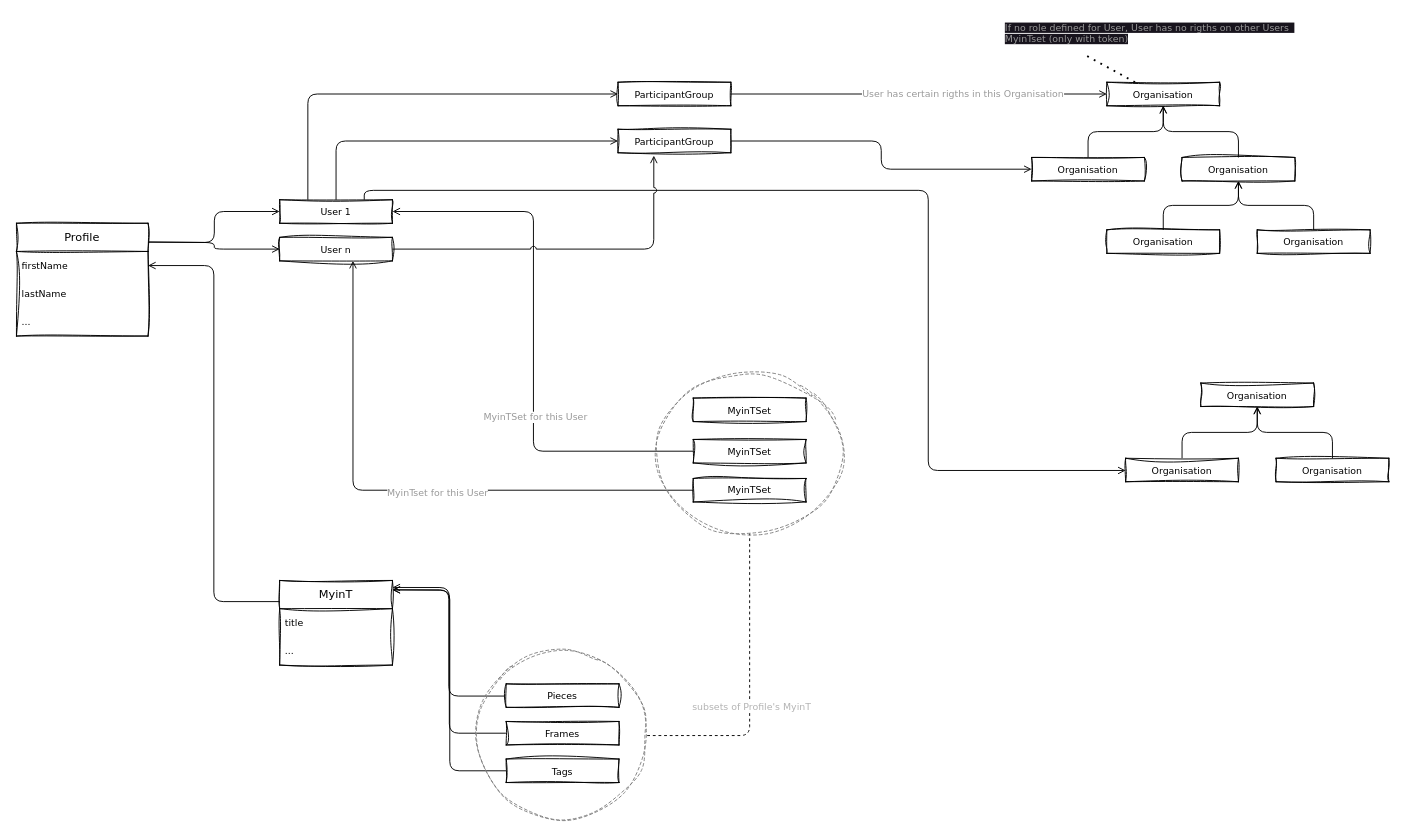
tealacademy/myint-graphql-api keeps this draw.io diagram as page "Profile-MyinT-User" (3 of 5) of model/users/users.drawio. Above is the earlier version. Source tidied: cells renumbered, new cells numbered last; positions are measured from the earlier drawing's top-left corner, leaving out a move shared by most shapes. Both pictures are drawn from the tidied source at 94%, with x=0, y=0 at pixel (16, 16).
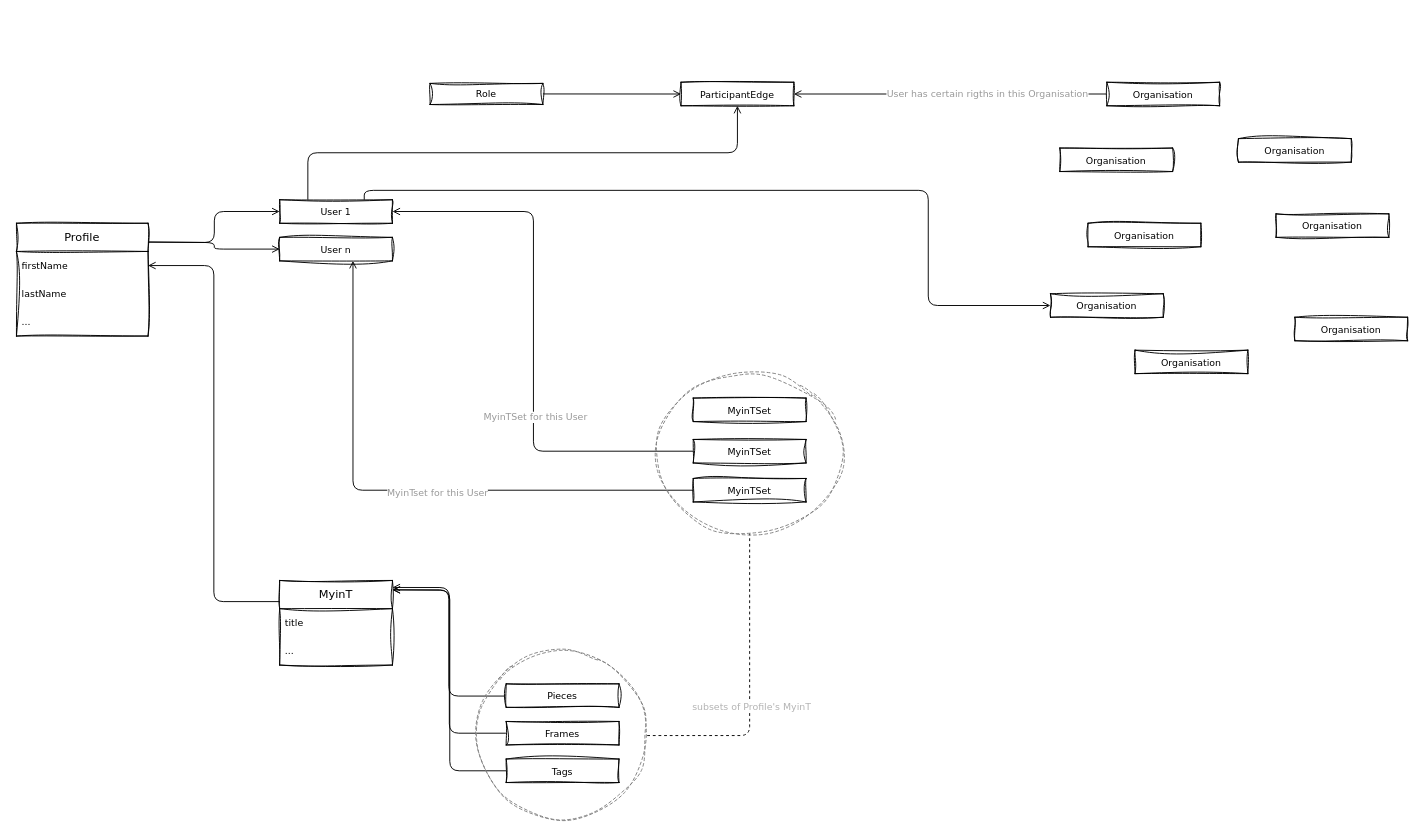
Above is the later version.

Commit message (it also covers changes not shown here):
Update on User-authorisation

The change refers to these unchanged cells:
```xml
<mxCell id="8" value="User 1" style="whiteSpace=wrap;html=1;fontFamily=Verdana;fontStyle=0;startSize=30;sketch=1;hachureGap=4;jiggle=2;curveFitting=1;fontSize=10;" parent="1" vertex="1">
  <mxGeometry x="280" y="195" width="120" height="25" as="geometry" />
</mxCell>
<mxCell id="9" value="User n" style="whiteSpace=wrap;html=1;fontFamily=Verdana;fontStyle=0;startSize=30;sketch=1;hachureGap=4;jiggle=2;curveFitting=1;fontSize=10;" parent="1" vertex="1">
  <mxGeometry x="280" y="235" width="120" height="25" as="geometry" />
</mxCell>
<mxCell id="16" value="Organisation" style="whiteSpace=wrap;html=1;fontFamily=Verdana;fontStyle=0;startSize=30;sketch=1;hachureGap=4;jiggle=2;curveFitting=1;fontSize=10;" parent="1" vertex="1">
  <mxGeometry x="1160" y="70" width="120" height="25" as="geometry" />
</mxCell>
```

The edit, as a diff of the source:
```diff
@@
     <mxCell id="17" value="Organisation" style="whiteSpace=wrap;html=1;fontFamily=Verdana;fontStyle=0;startSize=30;sketch=1;hachureGap=4;jiggle=2;curveFitting=1;fontSize=10;" parent="1" vertex="1">
-      <mxGeometry x="1080" y="150" width="120" height="25" as="geometry" />
+      <mxGeometry x="1110" y="140" width="120" height="25" as="geometry" />
     </mxCell>
     <mxCell id="18" value="Organisation" style="whiteSpace=wrap;html=1;fontFamily=Verdana;fontStyle=0;startSize=30;sketch=1;hachureGap=4;jiggle=2;curveFitting=1;fontSize=10;" parent="1" vertex="1">
-      <mxGeometry x="1240" y="150" width="120" height="25" as="geometry" />
+      <mxGeometry x="1300" y="130" width="120" height="25" as="geometry" />
     </mxCell>
     <mxCell id="19" value="Organisation" style="whiteSpace=wrap;html=1;fontFamily=Verdana;fontStyle=0;startSize=30;sketch=1;hachureGap=4;jiggle=2;curveFitting=1;fontSize=10;" parent="1" vertex="1">
-      <mxGeometry x="1320" y="227" width="120" height="25" as="geometry" />
+      <mxGeometry x="1340" y="210" width="120" height="25" as="geometry" />
     </mxCell>
     <mxCell id="20" value="Organisation" style="whiteSpace=wrap;html=1;fontFamily=Verdana;fontStyle=0;startSize=30;sketch=1;hachureGap=4;jiggle=2;curveFitting=1;fontSize=10;" parent="1" vertex="1">
-      <mxGeometry x="1160" y="227" width="120" height="25" as="geometry" />
+      <mxGeometry x="1140" y="220" width="120" height="25" as="geometry" />
     </mxCell>
-    <mxCell id="21" style="endArrow=open;html=1;hachureGap=4;fontFamily=Verdana;fontSize=10;entryX=0.5;entryY=1;entryDx=0;entryDy=0;exitX=0.5;exitY=0;exitDx=0;exitDy=0;edgeStyle=orthogonalEdgeStyle;startArrow=none;startFill=0;endFill=0;" parent="1" edge="1" source="17" target="16">
-      <mxGeometry relative="1" as="geometry" />
-    </mxCell>
-    <mxCell id="22" style="endArrow=open;html=1;hachureGap=4;fontFamily=Verdana;fontSize=10;exitX=0.5;exitY=0;exitDx=0;exitDy=0;edgeStyle=orthogonalEdgeStyle;entryX=0.5;entryY=1;entryDx=0;entryDy=0;endFill=0;" parent="1" edge="1" source="18" target="16">
-      <mxGeometry relative="1" as="geometry" />
-    </mxCell>
-    <mxCell id="23" style="endArrow=open;html=1;hachureGap=4;fontFamily=Verdana;fontSize=10;edgeStyle=orthogonalEdgeStyle;entryX=0.5;entryY=1;entryDx=0;entryDy=0;exitX=0.5;exitY=0;exitDx=0;exitDy=0;endFill=0;" parent="1" edge="1" source="20" target="18">
-      <mxGeometry relative="1" as="geometry" />
-    </mxCell>
-    <mxCell id="24" style="endArrow=open;html=1;hachureGap=4;fontFamily=Verdana;fontSize=10;edgeStyle=orthogonalEdgeStyle;exitX=0.5;exitY=0;exitDx=0;exitDy=0;entryX=0.5;entryY=1;entryDx=0;entryDy=0;endFill=0;" parent="1" edge="1" source="19" target="18">
-      <mxGeometry relative="1" as="geometry" />
-    </mxCell>
@@
-    <mxCell id="27" style="edgeStyle=orthogonalEdgeStyle;hachureGap=4;html=1;fontFamily=Verdana;fontSize=12;startArrow=open;startFill=0;endArrow=none;endFill=0;entryX=1;entryY=0.5;entryDx=0;entryDy=0;exitX=0;exitY=0.5;exitDx=0;exitDy=0;" parent="1" edge="1" source="16" target="53">
+    <mxCell id="27" style="edgeStyle=orthogonalEdgeStyle;hachureGap=4;html=1;fontFamily=Verdana;fontSize=12;startArrow=none;startFill=0;endArrow=open;endFill=0;entryX=1;entryY=0.5;entryDx=0;entryDy=0;exitX=0;exitY=0.5;exitDx=0;exitDy=0;" parent="1" edge="1" source="16" target="53">
       <mxGeometry relative="1" as="geometry" />
     </mxCell>
@@
     <mxCell id="29" value="Organisation" style="whiteSpace=wrap;html=1;fontFamily=Verdana;fontStyle=0;startSize=30;sketch=1;hachureGap=4;jiggle=2;curveFitting=1;fontSize=10;" parent="1" vertex="1">
-      <mxGeometry x="1260" y="390" width="120" height="25" as="geometry" />
+      <mxGeometry x="1100" y="295" width="120" height="25" as="geometry" />
     </mxCell>
     <mxCell id="30" value="Organisation" style="whiteSpace=wrap;html=1;fontFamily=Verdana;fontStyle=0;startSize=30;sketch=1;hachureGap=4;jiggle=2;curveFitting=1;fontSize=10;" parent="1" vertex="1">
-      <mxGeometry x="1340" y="470" width="120" height="25" as="geometry" />
+      <mxGeometry x="1360" y="320" width="120" height="25" as="geometry" />
     </mxCell>
     <mxCell id="31" value="Organisation" style="whiteSpace=wrap;html=1;fontFamily=Verdana;fontStyle=0;startSize=30;sketch=1;hachureGap=4;jiggle=2;curveFitting=1;fontSize=10;" parent="1" vertex="1">
-      <mxGeometry x="1180" y="470" width="120" height="25" as="geometry" />
+      <mxGeometry x="1190" y="355" width="120" height="25" as="geometry" />
     </mxCell>
-    <mxCell id="32" style="endArrow=open;html=1;hachureGap=4;fontFamily=Verdana;fontSize=10;edgeStyle=orthogonalEdgeStyle;entryX=0.5;entryY=1;entryDx=0;entryDy=0;exitX=0.5;exitY=0;exitDx=0;exitDy=0;endFill=0;" parent="1" edge="1" source="31" target="29">
-      <mxGeometry relative="1" as="geometry" />
-    </mxCell>
-    <mxCell id="33" style="endArrow=open;html=1;hachureGap=4;fontFamily=Verdana;fontSize=10;edgeStyle=orthogonalEdgeStyle;endFill=0;" parent="1" edge="1" source="30" target="29">
-      <mxGeometry relative="1" as="geometry" />
-    </mxCell>
@@
-    <mxCell id="49" style="edgeStyle=orthogonalEdgeStyle;hachureGap=4;html=1;fontFamily=Verdana;fontSize=12;startArrow=open;startFill=0;endArrow=none;endFill=0;entryX=1;entryY=0.5;entryDx=0;entryDy=0;exitX=0;exitY=0.5;exitDx=0;exitDy=0;" parent="1" edge="1" source="17" target="55">
-      <mxGeometry relative="1" as="geometry" />
-    </mxCell>
-    <mxCell id="50" style="edgeStyle=orthogonalEdgeStyle;hachureGap=4;html=1;fontFamily=Verdana;fontSize=12;startArrow=open;startFill=0;endArrow=none;endFill=0;entryX=0.75;entryY=0;entryDx=0;entryDy=0;" parent="1" edge="1" target="8">
+    <mxCell id="50" style="edgeStyle=orthogonalEdgeStyle;hachureGap=4;html=1;fontFamily=Verdana;fontSize=12;startArrow=open;startFill=0;endArrow=none;endFill=0;entryX=0.75;entryY=0;entryDx=0;entryDy=0;exitX=0;exitY=0.5;exitDx=0;exitDy=0;" parent="1" edge="1" source="29" target="8">
       <mxGeometry relative="1" as="geometry">
-        <mxPoint x="1180" y="483" as="sourcePoint" />
         <Array as="points">
-          <mxPoint x="970" y="483" />
+          <mxPoint x="970" y="308" />
           <mxPoint x="970" y="185" />
           <mxPoint x="370" y="185" />
         </Array>
       </mxGeometry>
     </mxCell>
-    <mxCell id="51" value="&lt;span style=&quot;color: rgb(153, 153, 153); font-family: Verdana; font-size: 10px; font-style: normal; font-variant-ligatures: normal; font-variant-caps: normal; font-weight: 400; letter-spacing: normal; orphans: 2; text-align: center; text-indent: 0px; text-transform: none; widows: 2; word-spacing: 0px; -webkit-text-stroke-width: 0px; background-color: rgb(24, 20, 29); text-decoration-thickness: initial; text-decoration-style: initial; text-decoration-color: initial; float: none; display: inline !important;&quot;&gt;If no role defined for User, User has no rigths on other Users&amp;nbsp;&amp;nbsp;&lt;/span&gt;&lt;br style=&quot;border-color: rgb(0, 0, 0); color: rgb(153, 153, 153); font-family: Verdana; font-size: 10px; font-style: normal; font-variant-ligatures: normal; font-variant-caps: normal; font-weight: 400; letter-spacing: normal; orphans: 2; text-align: center; text-indent: 0px; text-transform: none; widows: 2; word-spacing: 0px; -webkit-text-stroke-width: 0px; text-decoration-thickness: initial; text-decoration-style: initial; text-decoration-color: initial;&quot;&gt;&lt;span style=&quot;color: rgb(153, 153, 153); font-family: Verdana; font-size: 10px; font-style: normal; font-variant-ligatures: normal; font-variant-caps: normal; font-weight: 400; letter-spacing: normal; orphans: 2; text-align: center; text-indent: 0px; text-transform: none; widows: 2; word-spacing: 0px; -webkit-text-stroke-width: 0px; background-color: rgb(24, 20, 29); text-decoration-thickness: initial; text-decoration-style: initial; text-decoration-color: initial; float: none; display: inline !important;&quot;&gt;MyinTset (only with token)&lt;/span&gt;" style="text;whiteSpace=wrap;html=1;fontSize=10;fontFamily=Verdana;fontColor=#999999;" parent="1" vertex="1">
-      <mxGeometry x="1050" width="340" height="40" as="geometry" />
-    </mxCell>
-    <mxCell id="52" style="endArrow=none;dashed=1;html=1;dashPattern=1 3;strokeWidth=2;sketch=0;hachureGap=4;jiggle=2;curveFitting=1;fontFamily=Verdana;fontSize=10;fontColor=#999999;jumpStyle=arc;entryX=0.25;entryY=1;entryDx=0;entryDy=0;exitX=0.25;exitY=0;exitDx=0;exitDy=0;" parent="1" edge="1" source="16" target="51">
-      <mxGeometry relative="1" as="geometry" />
-    </mxCell>
-    <mxCell id="53" value="ParticipantGroup" style="whiteSpace=wrap;html=1;fontFamily=Verdana;fontStyle=0;startSize=30;sketch=1;hachureGap=4;jiggle=2;curveFitting=1;fontSize=10;" parent="1" vertex="1">
-      <mxGeometry x="640" y="70" width="120" height="25" as="geometry" />
+    <mxCell id="53" value="ParticipantEdge" style="whiteSpace=wrap;html=1;fontFamily=Verdana;fontStyle=0;startSize=30;sketch=1;hachureGap=4;jiggle=2;curveFitting=1;fontSize=10;" parent="1" vertex="1">
+      <mxGeometry x="707" y="70" width="120" height="25" as="geometry" />
     </mxCell>
-    <mxCell id="54" style="endArrow=open;html=1;sketch=0;hachureGap=4;jiggle=2;curveFitting=1;fontFamily=Verdana;fontSize=10;fontColor=#999999;jumpStyle=arc;entryX=0;entryY=0.5;entryDx=0;entryDy=0;exitX=0.25;exitY=0;exitDx=0;exitDy=0;edgeStyle=orthogonalEdgeStyle;endFill=0;" parent="1" edge="1" source="8" target="53">
+    <mxCell id="54" style="endArrow=open;html=1;sketch=0;hachureGap=4;jiggle=2;curveFitting=1;fontFamily=Verdana;fontSize=10;fontColor=#999999;jumpStyle=arc;entryX=0.5;entryY=1;entryDx=0;entryDy=0;exitX=0.25;exitY=0;exitDx=0;exitDy=0;edgeStyle=orthogonalEdgeStyle;endFill=0;" parent="1" edge="1" source="8" target="53">
       <mxGeometry relative="1" as="geometry" />
     </mxCell>
-    <mxCell id="55" value="ParticipantGroup" style="whiteSpace=wrap;html=1;fontFamily=Verdana;fontStyle=0;startSize=30;sketch=1;hachureGap=4;jiggle=2;curveFitting=1;fontSize=10;" parent="1" vertex="1">
-      <mxGeometry x="640" y="120" width="120" height="25" as="geometry" />
-    </mxCell>
-    <mxCell id="56" style="endArrow=open;html=1;sketch=0;hachureGap=4;jiggle=2;curveFitting=1;fontFamily=Verdana;fontSize=10;fontColor=#999999;jumpStyle=arc;entryX=0;entryY=0.5;entryDx=0;entryDy=0;exitX=0.5;exitY=0;exitDx=0;exitDy=0;edgeStyle=orthogonalEdgeStyle;endFill=0;" parent="1" edge="1" source="8" target="55">
-      <mxGeometry relative="1" as="geometry" />
-    </mxCell>
-    <mxCell id="57" style="endArrow=open;html=1;sketch=0;hachureGap=4;jiggle=2;curveFitting=1;fontFamily=Verdana;fontSize=10;fontColor=#999999;jumpStyle=arc;entryX=0.317;entryY=1.12;entryDx=0;entryDy=0;exitX=1;exitY=0.5;exitDx=0;exitDy=0;edgeStyle=orthogonalEdgeStyle;endFill=0;entryPerimeter=0;" parent="1" edge="1" source="9" target="55">
-      <mxGeometry relative="1" as="geometry" />
-    </mxCell>
+    <mxCell id="58" style="edgeStyle=orthogonalEdgeStyle;sketch=0;hachureGap=4;jiggle=2;curveFitting=1;jumpStyle=arc;html=1;fontFamily=Verdana;fontSize=10;fontColor=#999999;startArrow=open;startFill=0;endArrow=none;endFill=0;exitX=0;exitY=0.5;exitDx=0;exitDy=0;entryX=1;entryY=0.5;entryDx=0;entryDy=0;" parent="1" edge="1" source="53" target="59">
+      <mxGeometry relative="1" as="geometry" />
+    </mxCell>
+    <mxCell id="59" value="Role" style="whiteSpace=wrap;html=1;fontSize=10;fontFamily=Verdana;fontStyle=0;startSize=30;sketch=1;hachureGap=4;jiggle=2;curveFitting=1;" parent="1" vertex="1">
+      <mxGeometry x="440" y="71.2" width="120" height="22.5" as="geometry" />
+    </mxCell>
```
